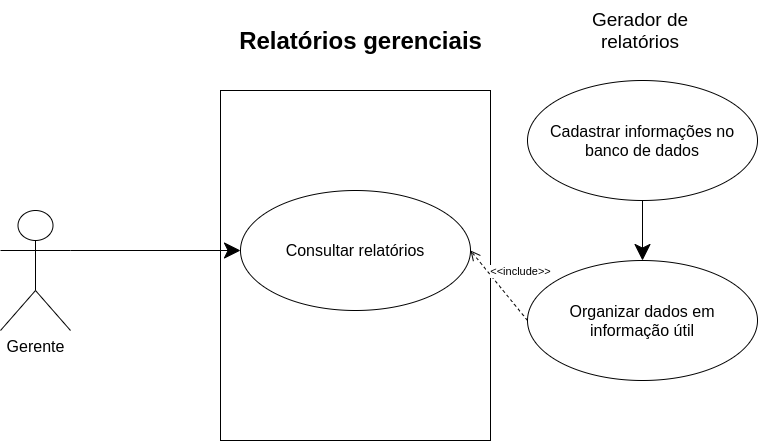
Before: relatoriosgerenciais.drawio.png, a diagram exported from draw.io (hinname/project-Restaurant). Source tidied: cells renumbered, new cells last; positions are measured from the earlier drawing's top-left corner, leaving out a move shared by most shapes.
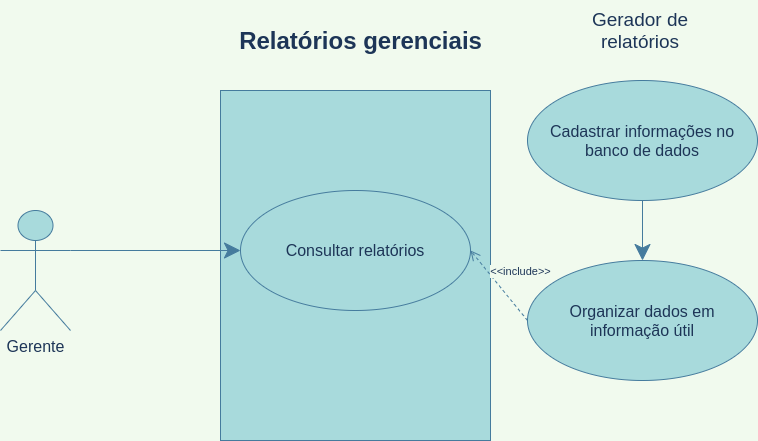
After the commit.

Change to the diagram source:
```diff
@@ -1,35 +1,35 @@
-<mxGraphModel>
+<mxGraphModel background="#F1FAEE">
   <root>
     <mxCell id="0" />
     <mxCell id="1" parent="0" />
-    <mxCell id="2" style="rounded=0;whiteSpace=wrap;html=1;hachureGap=4;" parent="1" vertex="1">
+    <mxCell id="2" style="rounded=0;whiteSpace=wrap;html=1;hachureGap=4;fillColor=#A8DADC;strokeColor=#457B9D;fontColor=#1D3557;" parent="1" vertex="1">
       <mxGeometry x="220" y="90" width="270" height="350" as="geometry" />
     </mxCell>
-    <mxCell id="3" value="Relatórios gerenciais" style="text;strokeColor=none;fillColor=none;html=1;fontSize=24;fontStyle=1;verticalAlign=middle;align=center;hachureGap=4;" parent="1" vertex="1">
+    <mxCell id="3" value="Relatórios gerenciais" style="text;strokeColor=none;fillColor=none;html=1;fontSize=24;fontStyle=1;verticalAlign=middle;align=center;hachureGap=4;fontColor=#1D3557;" parent="1" vertex="1">
       <mxGeometry x="310" y="20" width="100" height="40" as="geometry" />
     </mxCell>
-    <mxCell id="4" value="&lt;font style=&quot;font-size: 16px&quot;&gt;Gerente&lt;/font&gt;" style="shape=umlActor;verticalLabelPosition=bottom;verticalAlign=top;html=1;outlineConnect=0;hachureGap=4;" parent="1" vertex="1">
+    <mxCell id="4" value="&lt;font style=&quot;font-size: 16px&quot;&gt;Gerente&lt;/font&gt;" style="shape=umlActor;verticalLabelPosition=bottom;verticalAlign=top;html=1;outlineConnect=0;hachureGap=4;fillColor=#A8DADC;strokeColor=#457B9D;fontColor=#1D3557;" parent="1" vertex="1">
       <mxGeometry y="210" width="70" height="120" as="geometry" />
     </mxCell>
-    <mxCell id="5" value="&lt;font style=&quot;font-size: 16px&quot;&gt;Consultar relatórios&lt;/font&gt;" style="ellipse;whiteSpace=wrap;html=1;hachureGap=4;" parent="1" vertex="1">
+    <mxCell id="5" value="&lt;font style=&quot;font-size: 16px&quot;&gt;Consultar relatórios&lt;/font&gt;" style="ellipse;whiteSpace=wrap;html=1;hachureGap=4;fillColor=#A8DADC;strokeColor=#457B9D;fontColor=#1D3557;" parent="1" vertex="1">
       <mxGeometry x="240" y="190" width="230" height="120" as="geometry" />
     </mxCell>
-    <mxCell id="6" value="&lt;font style=&quot;font-size: 16px&quot;&gt;Cadastrar informações no banco de dados&lt;/font&gt;" style="ellipse;whiteSpace=wrap;html=1;hachureGap=4;" parent="1" vertex="1">
+    <mxCell id="6" value="&lt;font style=&quot;font-size: 16px&quot;&gt;Cadastrar informações no banco de dados&lt;/font&gt;" style="ellipse;whiteSpace=wrap;html=1;hachureGap=4;fillColor=#A8DADC;strokeColor=#457B9D;fontColor=#1D3557;" parent="1" vertex="1">
       <mxGeometry x="527" y="80" width="230" height="120" as="geometry" />
     </mxCell>
-    <mxCell id="7" value="&lt;font style=&quot;font-size: 16px&quot;&gt;Organizar dados em informação útil&lt;/font&gt;" style="ellipse;whiteSpace=wrap;html=1;hachureGap=4;" parent="1" vertex="1">
+    <mxCell id="7" value="&lt;font style=&quot;font-size: 16px&quot;&gt;Organizar dados em informação útil&lt;/font&gt;" style="ellipse;whiteSpace=wrap;html=1;hachureGap=4;fillColor=#A8DADC;strokeColor=#457B9D;fontColor=#1D3557;" parent="1" vertex="1">
       <mxGeometry x="527" y="260" width="230" height="120" as="geometry" />
     </mxCell>
-    <mxCell id="8" value="&lt;font style=&quot;font-size: 19px&quot;&gt;Gerador de relatórios&lt;/font&gt;" style="text;html=1;strokeColor=none;fillColor=none;align=center;verticalAlign=middle;whiteSpace=wrap;rounded=0;hachureGap=4;" parent="1" vertex="1">
+    <mxCell id="8" value="&lt;font style=&quot;font-size: 19px&quot;&gt;Gerador de relatórios&lt;/font&gt;" style="text;html=1;strokeColor=none;fillColor=none;align=center;verticalAlign=middle;whiteSpace=wrap;rounded=0;hachureGap=4;fontColor=#1D3557;" parent="1" vertex="1">
       <mxGeometry x="590" width="100" height="60" as="geometry" />
     </mxCell>
-    <mxCell id="9" style="endArrow=classic;html=1;startSize=14;endSize=14;sourcePerimeterSpacing=8;targetPerimeterSpacing=8;exitX=0.5;exitY=1;exitDx=0;exitDy=0;entryX=0.5;entryY=0;entryDx=0;entryDy=0;" parent="1" edge="1" source="6" target="7">
+    <mxCell id="9" style="endArrow=classic;html=1;startSize=14;endSize=14;sourcePerimeterSpacing=8;targetPerimeterSpacing=8;exitX=0.5;exitY=1;exitDx=0;exitDy=0;entryX=0.5;entryY=0;entryDx=0;entryDy=0;labelBackgroundColor=#F1FAEE;strokeColor=#457B9D;fontColor=#1D3557;" parent="1" edge="1" source="6" target="7">
       <mxGeometry relative="1" as="geometry" />
     </mxCell>
-    <mxCell id="10" value="&lt;font style=&quot;font-size: 11px&quot;&gt;&amp;lt;&amp;lt;include&amp;gt;&amp;gt;&lt;/font&gt;" style="html=1;verticalAlign=bottom;endArrow=open;dashed=1;endSize=8;sourcePerimeterSpacing=8;targetPerimeterSpacing=8;exitX=0;exitY=0.5;exitDx=0;exitDy=0;entryX=1;entryY=0.5;entryDx=0;entryDy=0;" parent="1" edge="1" source="7" target="5">
+    <mxCell id="10" value="&lt;font style=&quot;font-size: 11px&quot;&gt;&amp;lt;&amp;lt;include&amp;gt;&amp;gt;&lt;/font&gt;" style="html=1;verticalAlign=bottom;endArrow=open;dashed=1;endSize=8;sourcePerimeterSpacing=8;targetPerimeterSpacing=8;exitX=0;exitY=0.5;exitDx=0;exitDy=0;entryX=1;entryY=0.5;entryDx=0;entryDy=0;labelBackgroundColor=#F1FAEE;strokeColor=#457B9D;fontColor=#1D3557;" parent="1" edge="1" source="7" target="5">
       <mxGeometry x="-0.21" y="-20" relative="1" as="geometry" />
     </mxCell>
-    <mxCell id="11" style="endArrow=classic;html=1;startSize=14;endSize=14;sourcePerimeterSpacing=8;targetPerimeterSpacing=8;exitX=1;exitY=0.3333333333333333;exitDx=0;exitDy=0;exitPerimeter=0;entryX=0;entryY=0.5;entryDx=0;entryDy=0;" parent="1" edge="1" source="4" target="5">
+    <mxCell id="11" style="endArrow=classic;html=1;startSize=14;endSize=14;sourcePerimeterSpacing=8;targetPerimeterSpacing=8;exitX=1;exitY=0.3333333333333333;exitDx=0;exitDy=0;exitPerimeter=0;entryX=0;entryY=0.5;entryDx=0;entryDy=0;labelBackgroundColor=#F1FAEE;strokeColor=#457B9D;fontColor=#1D3557;" parent="1" edge="1" source="4" target="5">
       <mxGeometry relative="1" as="geometry" />
     </mxCell>
   </root>
```
